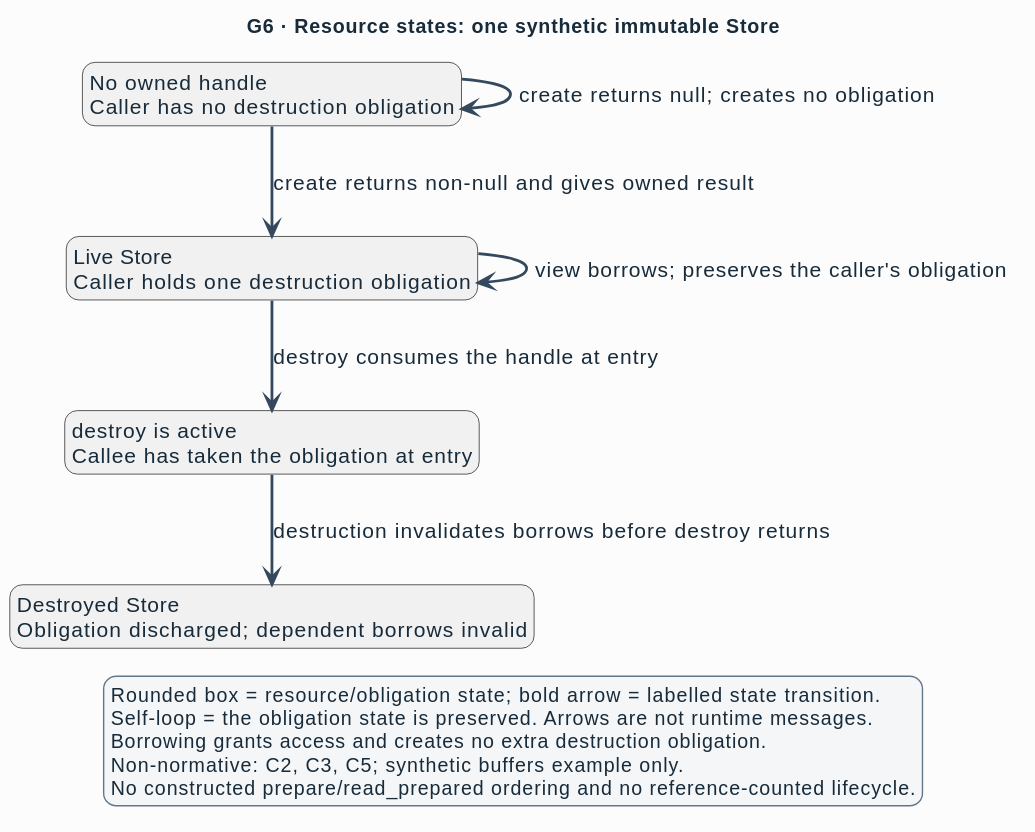
Earlier version of the PlantUML export semantic/specification/interface-language/figures/g6-lifecycle.svg (Linkuistics/APIAnyware). Its source is kept beside it as semantic/specification/interface-language/figures/g6-lifecycle.puml.
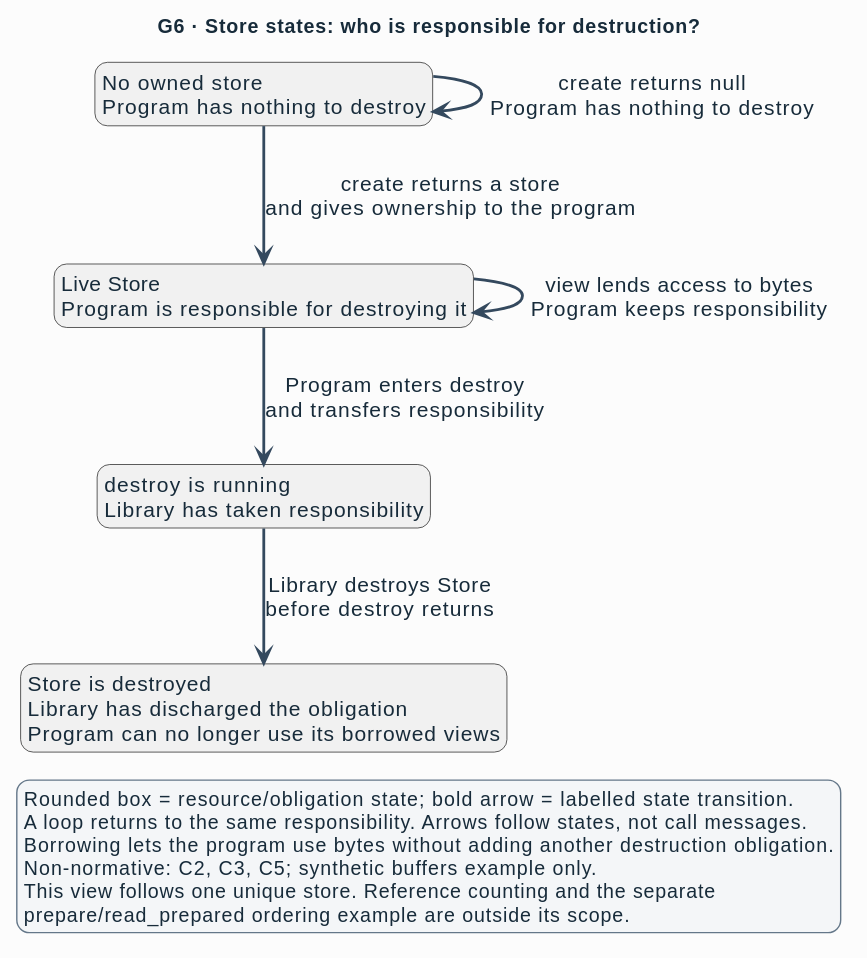
The same diagram one commit later.

What changed in the source:
```diff
@@ -1,23 +1,24 @@
 @startuml
 !include style/ail.puml
-title G6 · Resource states: one synthetic immutable Store
+title G6 · Store states: who is responsible for destruction?
 top to bottom direction
 skinparam roundcorner 18
 hide empty description
-state "No owned handle\nCaller has no destruction obligation" as absent
-state "Live Store\nCaller holds one destruction obligation" as live
-state "destroy is active\nCallee has taken the obligation at entry" as destroying
-state "Destroyed Store\nObligation discharged; dependent borrows invalid" as dead
-absent -[bold]-> live : create returns non-null and gives owned result
-absent -[bold]-> absent : create returns null; creates no obligation
-live -[bold]-> live : view borrows; preserves the caller's obligation
-live -[bold]-> destroying : destroy consumes the handle at entry
-destroying -[bold]-> dead : destruction invalidates borrows before destroy returns
+state "No owned store\nProgram has nothing to destroy" as absent
+state "Live Store\nProgram is responsible for destroying it" as live
+state "destroy is running\nLibrary has taken responsibility" as destroying
+state "Store is destroyed\nLibrary has discharged the obligation\nProgram can no longer use its borrowed views" as dead
+absent -[bold]-> live : create returns a store\nand gives ownership to the program
+absent -[bold]-> absent : create returns null\nProgram has nothing to destroy
+live -[bold]-> live : view lends access to bytes\nProgram keeps responsibility
+live -[bold]-> destroying : Program enters destroy\nand transfers responsibility
+destroying -[bold]-> dead : Library destroys Store\nbefore destroy returns
 legend bottom
   Rounded box = resource/obligation state; bold arrow = labelled state transition.
-  Self-loop = the obligation state is preserved. Arrows are not runtime messages.
-  Borrowing grants access and creates no extra destruction obligation.
+  A loop returns to the same responsibility. Arrows follow states, not call messages.
+  Borrowing lets the program use bytes without adding another destruction obligation.
   Non-normative: C2, C3, C5; synthetic buffers example only.
-  No constructed prepare/read_prepared ordering and no reference-counted lifecycle.
+  This view follows one unique store. Reference counting and the separate
+  prepare/read_prepared ordering example are outside its scope.
 endlegend
 @enduml
```
